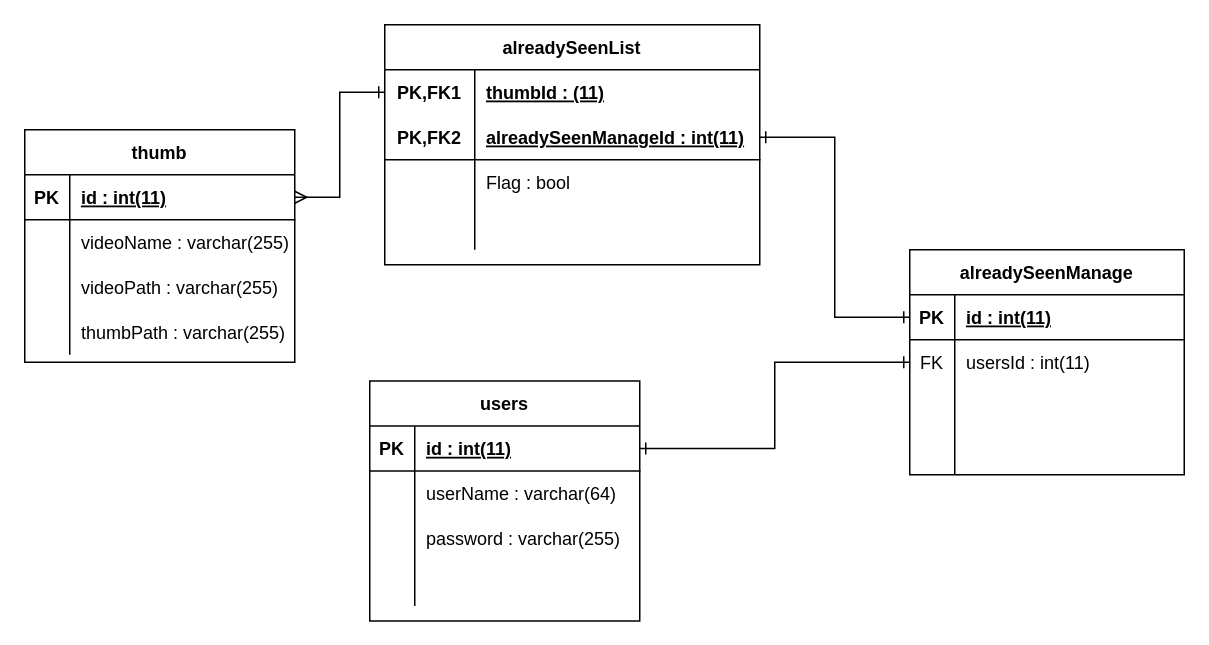
ue8d/VideoServer keeps this draw.io diagram as database.drawio. Above is the earlier version. Source tidied: cells renumbered, new cells numbered last; positions are measured from the earlier drawing's top-left corner, leaving out a move shared by most shapes. Both pictures are drawn from the tidied source at 150%, with x=0, y=0 at pixel (24, 24).
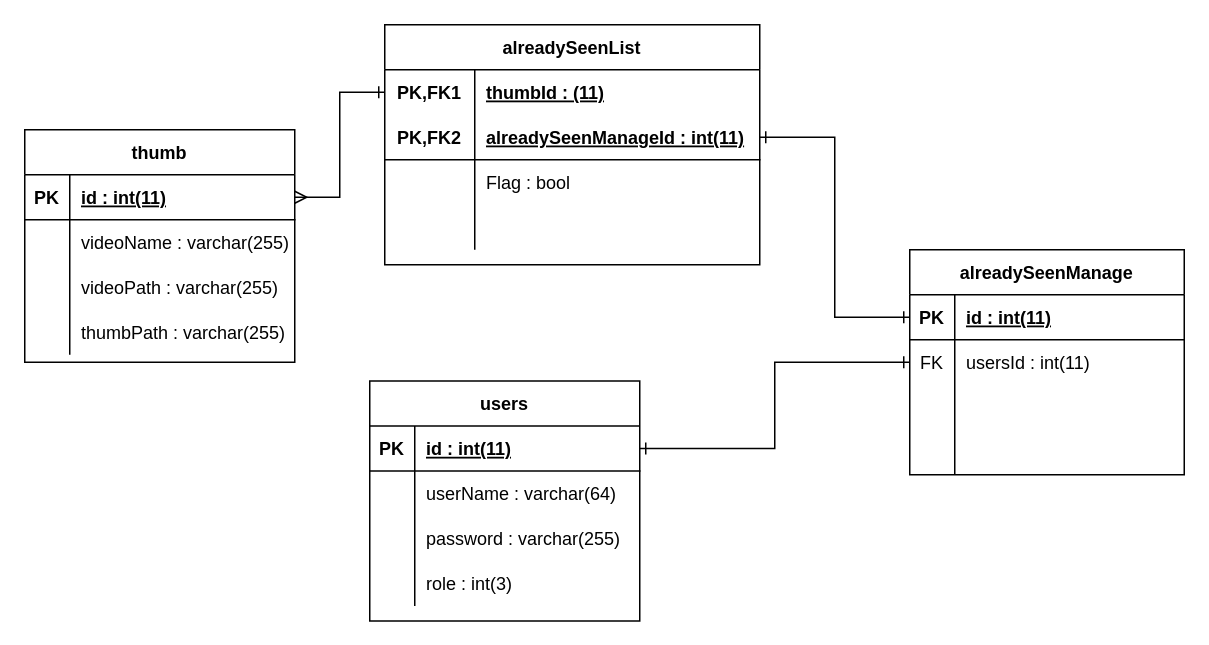
The same diagram, later.

Commit message (it also covers changes not shown here):
ユーザーテーブルにRoleを追加

Unchanged cells that the change refers to:
```xml
<mxCell id="13" style="shape=partialRectangle;fillColor=none;top=0;left=0;bottom=0;right=0;" parent="3" vertex="1">
  <mxGeometry y="120" width="180" height="30" as="geometry" />
</mxCell>
```

What changed in the source:
```diff
@@
-    <mxCell id="15" style="shape=partialRectangle;fillColor=none;top=0;left=0;bottom=0;right=0;align=left;spacingLeft=6;overflow=hidden;" parent="13" vertex="1">
+    <mxCell id="15" value="role : int(3)" style="shape=partialRectangle;fillColor=none;top=0;left=0;bottom=0;right=0;align=left;spacingLeft=6;overflow=hidden;" parent="13" vertex="1">
       <mxGeometry x="30" width="150" height="30" as="geometry" />
     </mxCell>
```
